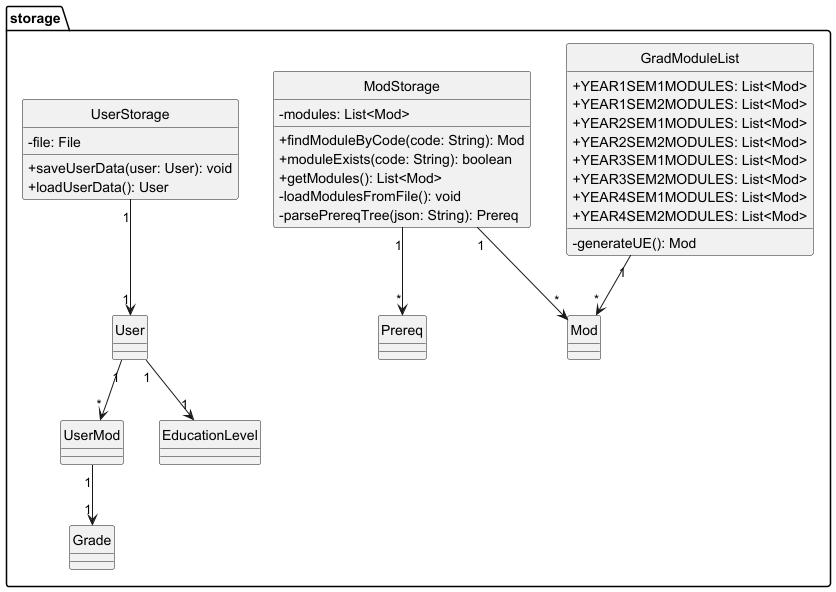
Before: docs/diagrams/StorageClassDiagram.png, a diagram exported from PlantUML (itsjoelha/tp). The source it was exported from:
```plantuml
@startuml

package storage {
    hide circle
    skinparam classAttributeIconSize 0

    class GradModuleList {
        +YEAR1SEM1MODULES: List<Mod>
        +YEAR1SEM2MODULES: List<Mod>
        +YEAR2SEM1MODULES: List<Mod>
        +YEAR2SEM2MODULES: List<Mod>
        +YEAR3SEM1MODULES: List<Mod>
        +YEAR3SEM2MODULES: List<Mod>
        +YEAR4SEM1MODULES: List<Mod>
        +YEAR4SEM2MODULES: List<Mod>
        -generateUE(): Mod
    }

    class ModStorage {
        -modules: List<Mod>
        +findModuleByCode(code: String): Mod
        +moduleExists(code: String): boolean
        +getModules(): List<Mod>
        -loadModulesFromFile(): void
        -parsePrereqTree(json: String): Prereq
    }

    class UserStorage {
        -file: File
        +saveUserData(user: User): void
        +loadUserData(): User
    }

    ModStorage "1" --> "*" Mod
    GradModuleList "1" --> "*" Mod
    ModStorage "1" --> "*" Prereq
    UserStorage "1" --> "1" User
    User "1" --> "*" UserMod
    UserMod "1" --> "1" Grade
    User "1" --> "1" EducationLevel
}
@enduml
```
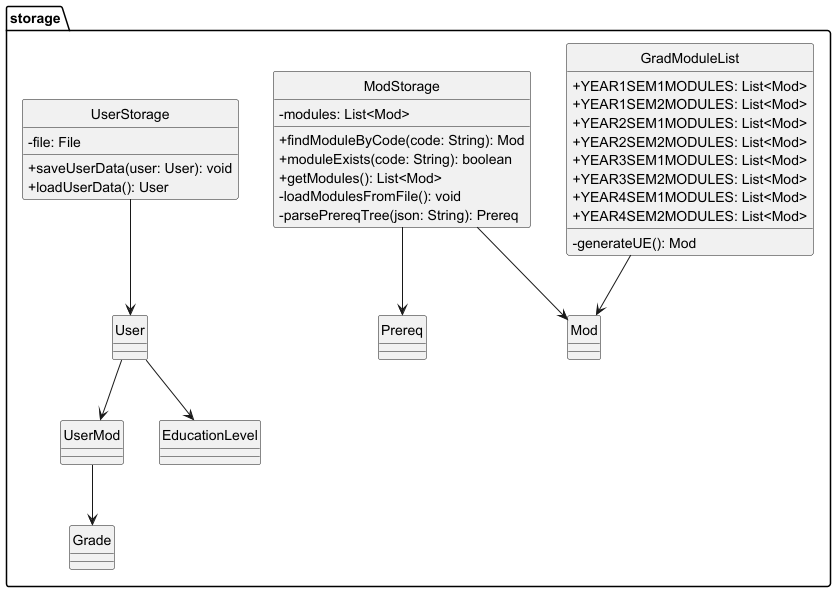
Later version of the same file.

The edit, as a diff of the source:
```diff
@@ -31,12 +31,12 @@
         +loadUserData(): User
     }
 
-    ModStorage "1" --> "*" Mod
-    GradModuleList "1" --> "*" Mod
-    ModStorage "1" --> "*" Prereq
-    UserStorage "1" --> "1" User
-    User "1" --> "*" UserMod
-    UserMod "1" --> "1" Grade
-    User "1" --> "1" EducationLevel
+    ModStorage  -->  Mod
+    GradModuleList  -->  Mod
+    ModStorage  -->  Prereq
+    UserStorage  -->  User
+    User  -->  UserMod
+    UserMod -->  Grade
+    User  -->  EducationLevel
 }
 @enduml
```
